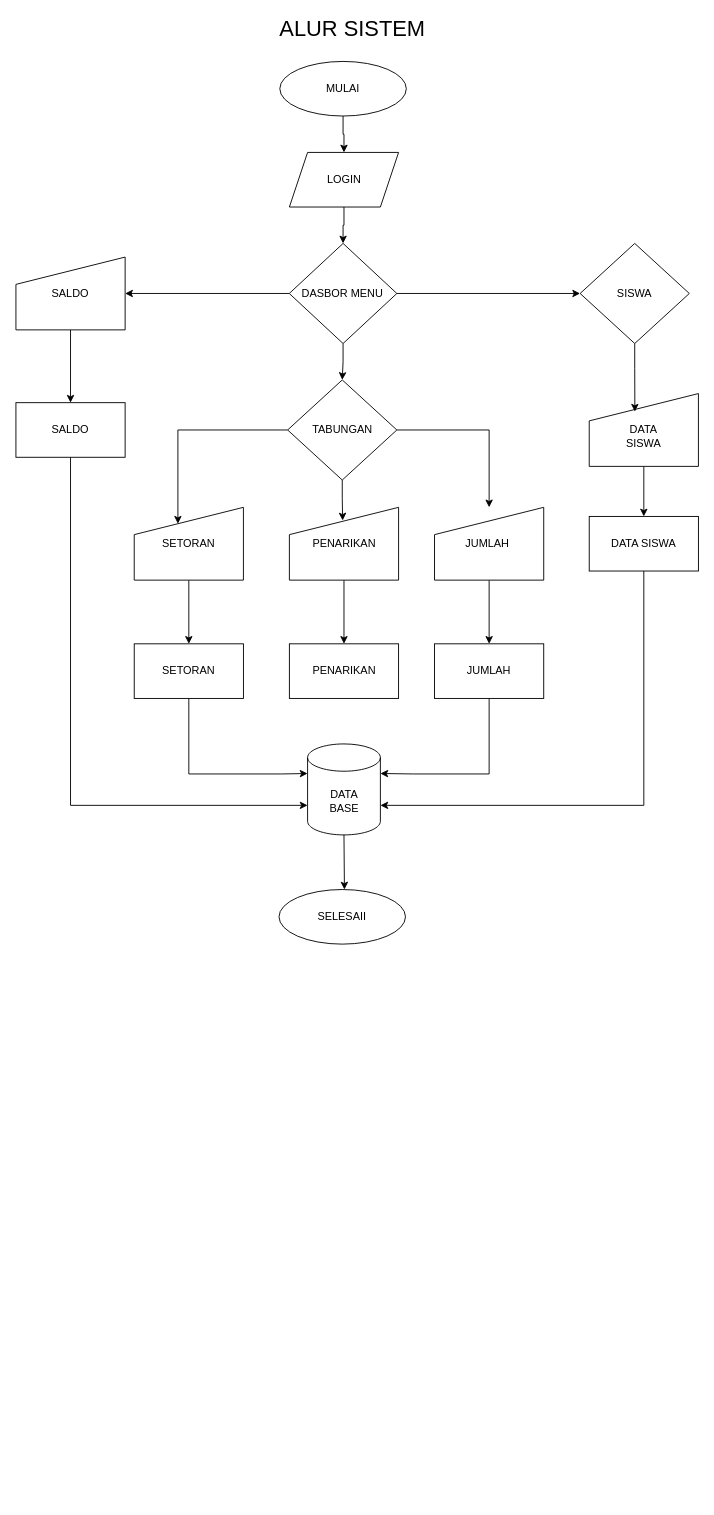
Earlier version of the draw.io diagram flowchartAlurSistem.drawio (titapuspitas/Tefa-Tabungan). Source tidied: cells renumbered, new cells numbered last; positions are measured from the earlier drawing's top-left corner, leaving out a move shared by most shapes. Both pictures are drawn from the tidied source at 91%, with x=0, y=0 at pixel (15, 15).
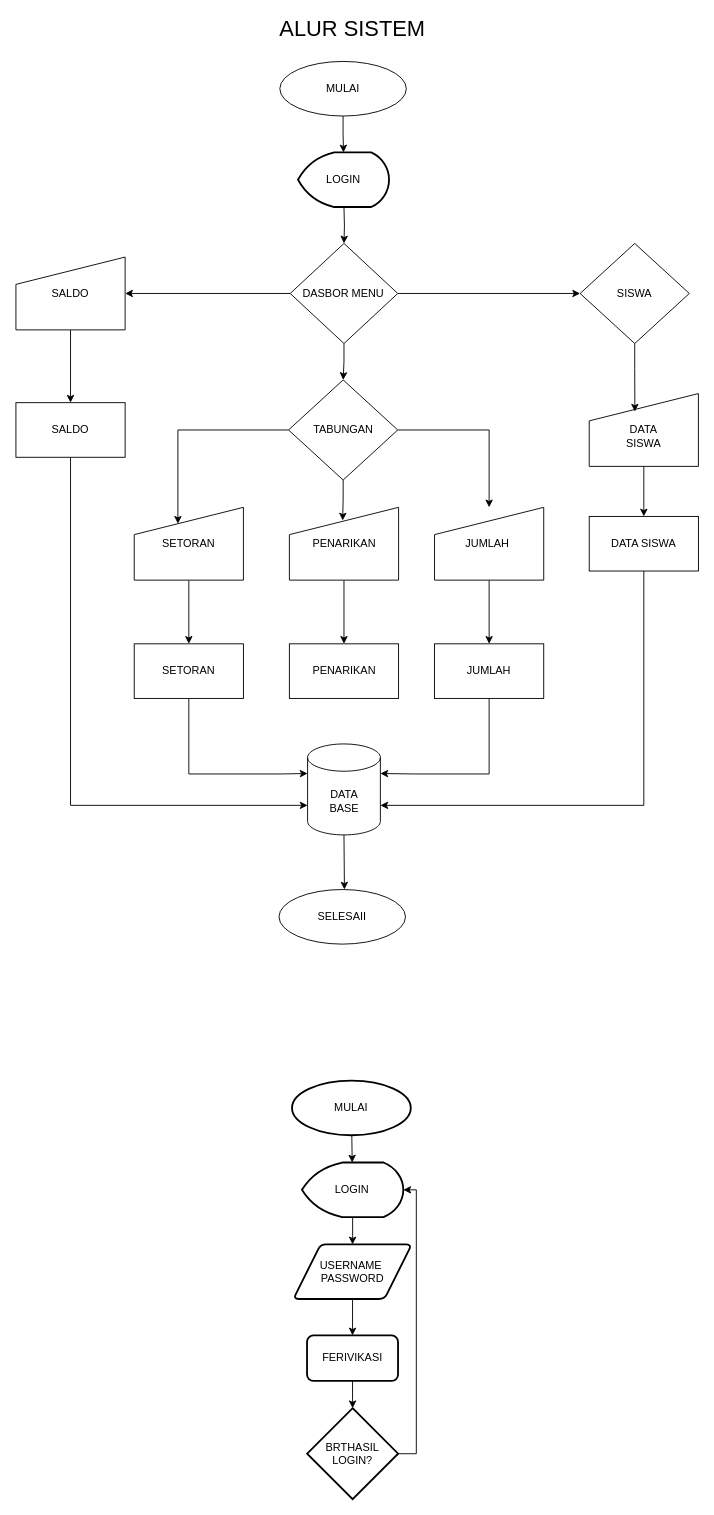
The same page after the edit.

The change refers to these unchanged cells:
```xml
<mxCell id="4" value="MULAI" style="ellipse;whiteSpace=wrap;html=1;" parent="1" vertex="1">
  <mxGeometry x="290" y="50" width="139" height="60" as="geometry" />
</mxCell>
```

The edit, as a diff of the source:
```diff
@@
-    <mxCell id="3" style="edgeStyle=orthogonalEdgeStyle;rounded=0;jettySize=auto;html=1;entryX=0.5;entryY=0;entryDx=0;entryDy=0;" parent="1" edge="1" source="4" target="13">
-      <mxGeometry relative="1" as="geometry" />
-    </mxCell>
@@
-    <mxCell id="5" style="edgeStyle=orthogonalEdgeStyle;rounded=0;jettySize=auto;html=1;entryX=0.5;entryY=0;entryDx=0;entryDy=0;exitX=0.5;exitY=1;exitDx=0;exitDy=0;" parent="1" edge="1" source="13" target="9">
-      <mxGeometry relative="1" as="geometry" />
+    <mxCell id="5" style="edgeStyle=orthogonalEdgeStyle;rounded=0;jettySize=auto;html=1;entryX=0.5;entryY=0;entryDx=0;entryDy=0;exitX=0.5;exitY=1;exitDx=0;exitDy=0;" parent="1" edge="1" target="9">
+      <mxGeometry relative="1" as="geometry">
+        <mxPoint x="360.5" y="210" as="sourcePoint" />
+      </mxGeometry>
     </mxCell>
@@
     <mxCell id="9" value="DASBOR MENU" style="rhombus;whiteSpace=wrap;html=1;" parent="1" vertex="1">
-      <mxGeometry x="300.4" y="250" width="118.2" height="110" as="geometry" />
+      <mxGeometry x="301.4" y="250" width="118.2" height="110" as="geometry" />
     </mxCell>
@@
-    <mxCell id="13" value="LOGIN" style="shape=parallelogram;perimeter=parallelogramPerimeter;whiteSpace=wrap;html=1;fixedSize=1;" parent="1" vertex="1">
-      <mxGeometry x="300.5" y="150" width="120" height="60" as="geometry" />
-    </mxCell>
@@
     <mxCell id="15" value="TABUNGAN" style="rhombus;whiteSpace=wrap;html=1;" parent="1" vertex="1">
-      <mxGeometry x="298.6" y="400" width="120" height="110" as="geometry" />
+      <mxGeometry x="299.6" y="400" width="120" height="110" as="geometry" />
     </mxCell>
@@
+    <mxCell id="40" value="LOGIN" style="strokeWidth=2;html=1;shape=mxgraph.flowchart.display;whiteSpace=wrap;" parent="1" vertex="1">
+      <mxGeometry x="310" y="150" width="100" height="60" as="geometry" />
+    </mxCell>
+    <mxCell id="41" value="MULAI" style="strokeWidth=2;html=1;shape=mxgraph.flowchart.start_1;whiteSpace=wrap;" parent="1" vertex="1">
+      <mxGeometry x="303.4" y="1170" width="130.5" height="60" as="geometry" />
+    </mxCell>
+    <mxCell id="42" style="edgeStyle=orthogonalEdgeStyle;rounded=0;jettySize=auto;html=1;entryX=0.5;entryY=0;entryDx=0;entryDy=0;" parent="1" edge="1" source="43" target="45">
+      <mxGeometry relative="1" as="geometry" />
+    </mxCell>
+    <mxCell id="43" value="LOGIN" style="strokeWidth=2;html=1;shape=mxgraph.flowchart.display;whiteSpace=wrap;" parent="1" vertex="1">
+      <mxGeometry x="314.3" y="1260" width="111.4" height="60" as="geometry" />
+    </mxCell>
+    <mxCell id="44" style="edgeStyle=orthogonalEdgeStyle;rounded=0;jettySize=auto;html=1;entryX=0.5;entryY=0;entryDx=0;entryDy=0;" parent="1" edge="1" source="45" target="46">
+      <mxGeometry relative="1" as="geometry" />
+    </mxCell>
+    <mxCell id="45" value="USERNAME&amp;nbsp;&lt;div&gt;PASSWORD&lt;/div&gt;" style="shape=parallelogram;html=1;strokeWidth=2;perimeter=parallelogramPerimeter;whiteSpace=wrap;rounded=1;arcSize=12;size=0.23;" parent="1" vertex="1">
+      <mxGeometry x="304.9" y="1350" width="130" height="60" as="geometry" />
+    </mxCell>
+    <mxCell id="46" value="FERIVIKASI" style="rounded=1;whiteSpace=wrap;html=1;absoluteArcSize=1;arcSize=14;strokeWidth=2;" parent="1" vertex="1">
+      <mxGeometry x="319.9" y="1450" width="100" height="50" as="geometry" />
+    </mxCell>
+    <mxCell id="47" value="BRTHASIL&lt;div&gt;LOGIN?&lt;/div&gt;" style="strokeWidth=2;html=1;shape=mxgraph.flowchart.decision;whiteSpace=wrap;" parent="1" vertex="1">
+      <mxGeometry x="320" y="1530" width="100" height="100" as="geometry" />
+    </mxCell>
+    <mxCell id="48" style="endArrow=classic;html=1;rounded=0;" parent="1" edge="1" source="41" target="43">
+      <mxGeometry relative="1" as="geometry" />
+    </mxCell>
+    <mxCell id="49" style="edgeStyle=orthogonalEdgeStyle;rounded=0;jettySize=auto;html=1;entryX=1;entryY=0.5;entryDx=0;entryDy=0;entryPerimeter=0;exitX=1;exitY=0.5;exitDx=0;exitDy=0;exitPerimeter=0;" parent="1" edge="1" source="47" target="43">
+      <mxGeometry relative="1" as="geometry" />
+    </mxCell>
+    <mxCell id="50" style="edgeStyle=orthogonalEdgeStyle;rounded=0;jettySize=auto;html=1;entryX=0.5;entryY=0;entryDx=0;entryDy=0;entryPerimeter=0;" parent="1" edge="1" source="46" target="47">
+      <mxGeometry relative="1" as="geometry" />
+    </mxCell>
+    <mxCell id="51" style="edgeStyle=orthogonalEdgeStyle;rounded=0;jettySize=auto;html=1;entryX=0.5;entryY=0;entryDx=0;entryDy=0;entryPerimeter=0;" parent="1" edge="1" source="4" target="40">
+      <mxGeometry relative="1" as="geometry" />
+    </mxCell>
```
